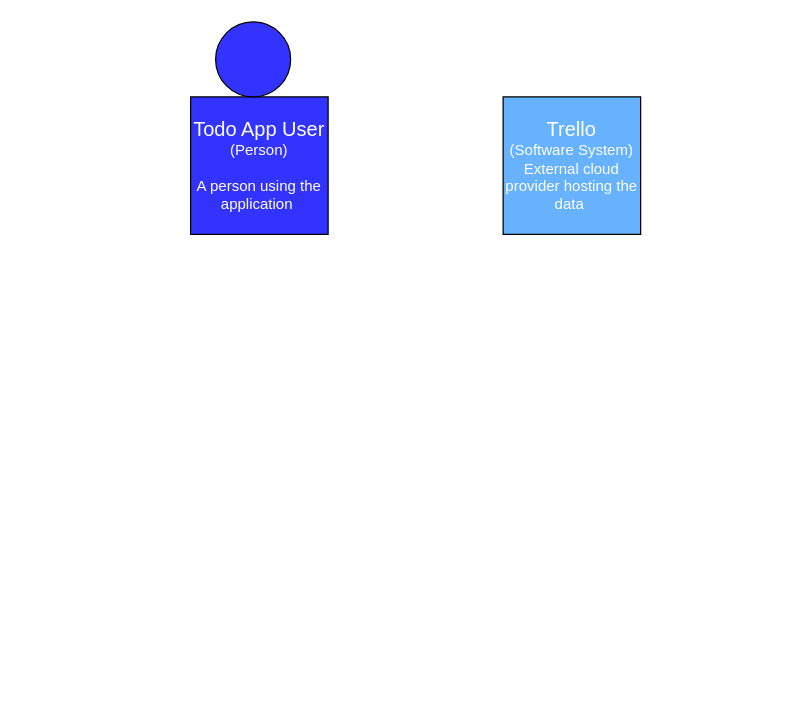
Above: docs/context_todoapp.drawio in CorndelWithSoftwire/DevOps-Course-Starter (draw.io), before the change. Source tidied: cells renumbered, new cells numbered last; positions are measured from the earlier drawing's top-left corner, leaving out a move shared by most shapes. Both pictures are drawn from the tidied source at 125%, with x=0, y=0 at pixel (190, 21).
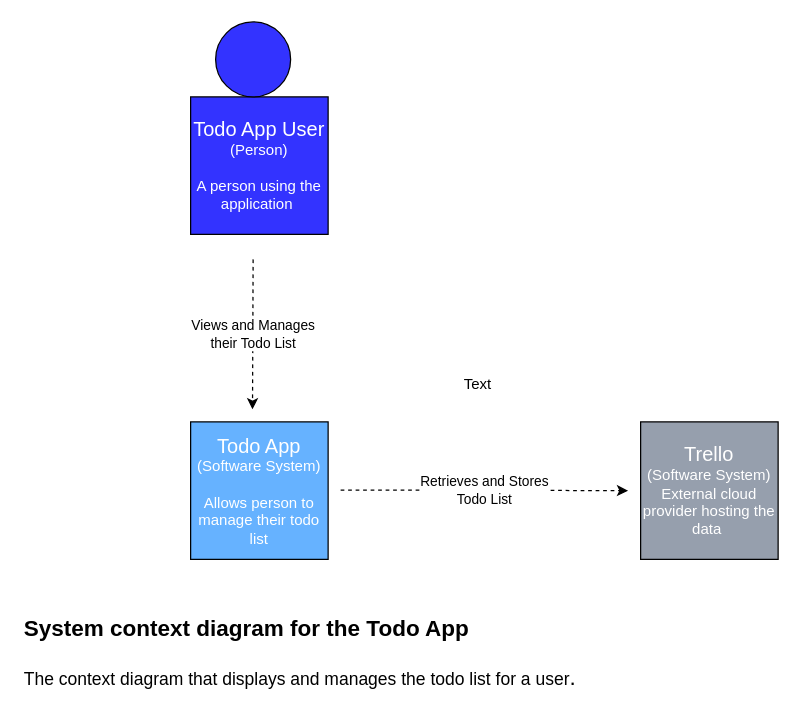
The same diagram, later.

What changed in the source:
```diff
@@
 <mxGraphModel>
   <root>
     <mxCell id="0" />
     <mxCell id="1" parent="0" />
     <mxCell id="2" value="&lt;font color=&quot;#ffffff&quot;&gt;&lt;font style=&quot;font-size: 16px&quot;&gt;Todo App User&lt;/font&gt;&lt;br&gt;(Person)&lt;br&gt;&lt;/font&gt;&lt;br&gt;&lt;font color=&quot;#ffffff&quot;&gt;A person using the application&lt;/font&gt;&amp;nbsp;" style="whiteSpace=wrap;html=1;fillColor=#3333FF;" parent="1" vertex="1">
       <mxGeometry y="60" width="110" height="110" as="geometry" />
     </mxCell>
     <mxCell id="3" style="ellipse;whiteSpace=wrap;html=1;fillColor=#3333FF;" parent="1" vertex="1">
       <mxGeometry x="20" width="60" height="60" as="geometry" />
     </mxCell>
-    <mxCell id="4" value="&lt;font color=&quot;#ffffff&quot;&gt;&lt;font style=&quot;font-size: 16px&quot;&gt;Trello&lt;/font&gt;&lt;br&gt;(Software System)&lt;br&gt;External cloud provider hosting the data&amp;nbsp;&lt;br&gt;&lt;/font&gt;" style="whiteSpace=wrap;html=1;fillColor=#66B2FF;" parent="1" vertex="1">
-      <mxGeometry x="250" y="60" width="110" height="110" as="geometry" />
+    <mxCell id="4" value="&lt;font color=&quot;#ffffff&quot;&gt;&lt;font style=&quot;font-size: 16px&quot;&gt;Trello&lt;/font&gt;&lt;br&gt;(Software System)&lt;br&gt;External cloud provider hosting the data&amp;nbsp;&lt;br&gt;&lt;/font&gt;" style="whiteSpace=wrap;html=1;fillColor=#969FAD;" parent="1" vertex="1">
+      <mxGeometry x="360" y="320" width="110" height="110" as="geometry" />
     </mxCell>
+    <mxCell id="5" value="&lt;font color=&quot;#ffffff&quot;&gt;&lt;font style=&quot;font-size: 16px&quot;&gt;Todo App&lt;/font&gt;&lt;br&gt;(Software System)&lt;br&gt;&lt;/font&gt;&lt;br&gt;&lt;font color=&quot;#ffffff&quot;&gt;Allows person to manage their todo list&lt;/font&gt;" style="whiteSpace=wrap;html=1;fillColor=#66B2FF;" parent="1" vertex="1">
+      <mxGeometry y="320" width="110" height="110" as="geometry" />
+    </mxCell>
+    <mxCell id="6" value="Views and Manages &lt;br&gt;their Todo List" style="endArrow=classic;html=1;dashed=1;" parent="1" edge="1">
+      <mxGeometry relative="1" as="geometry">
+        <mxPoint x="50" y="190" as="sourcePoint" />
+        <mxPoint x="49.5" y="310" as="targetPoint" />
+      </mxGeometry>
+    </mxCell>
+    <mxCell id="7" value="Retrieves and Stores &lt;br&gt;Todo List" style="endArrow=classic;html=1;dashed=1;" parent="1" edge="1">
+      <mxGeometry relative="1" as="geometry">
+        <mxPoint x="120" y="374.5" as="sourcePoint" />
+        <mxPoint x="350" y="375" as="targetPoint" />
+      </mxGeometry>
+    </mxCell>
+    <mxCell id="8" value="Text" style="text;html=1;strokeColor=none;fillColor=none;align=center;verticalAlign=middle;whiteSpace=wrap;rounded=0;" parent="1" vertex="1">
+      <mxGeometry x="210" y="280" width="40" height="20" as="geometry" />
+    </mxCell>
+    <mxCell id="9" value="&lt;h1&gt;&lt;font style=&quot;font-size: 18px&quot;&gt;System context diagram for the Todo App&lt;/font&gt;&lt;/h1&gt;&lt;div&gt;&lt;font style=&quot;font-size: 14px&quot;&gt;The context diagram that displays and manages the todo list for a user&lt;/font&gt;&lt;font style=&quot;font-size: 18px&quot;&gt;.&lt;/font&gt;&lt;/div&gt;" style="text;html=1;align=left;verticalAlign=middle;" parent="1" vertex="1">
+      <mxGeometry x="-135" y="460" width="460" height="70" as="geometry" />
+    </mxCell>
   </root>
 </mxGraphModel>
```
